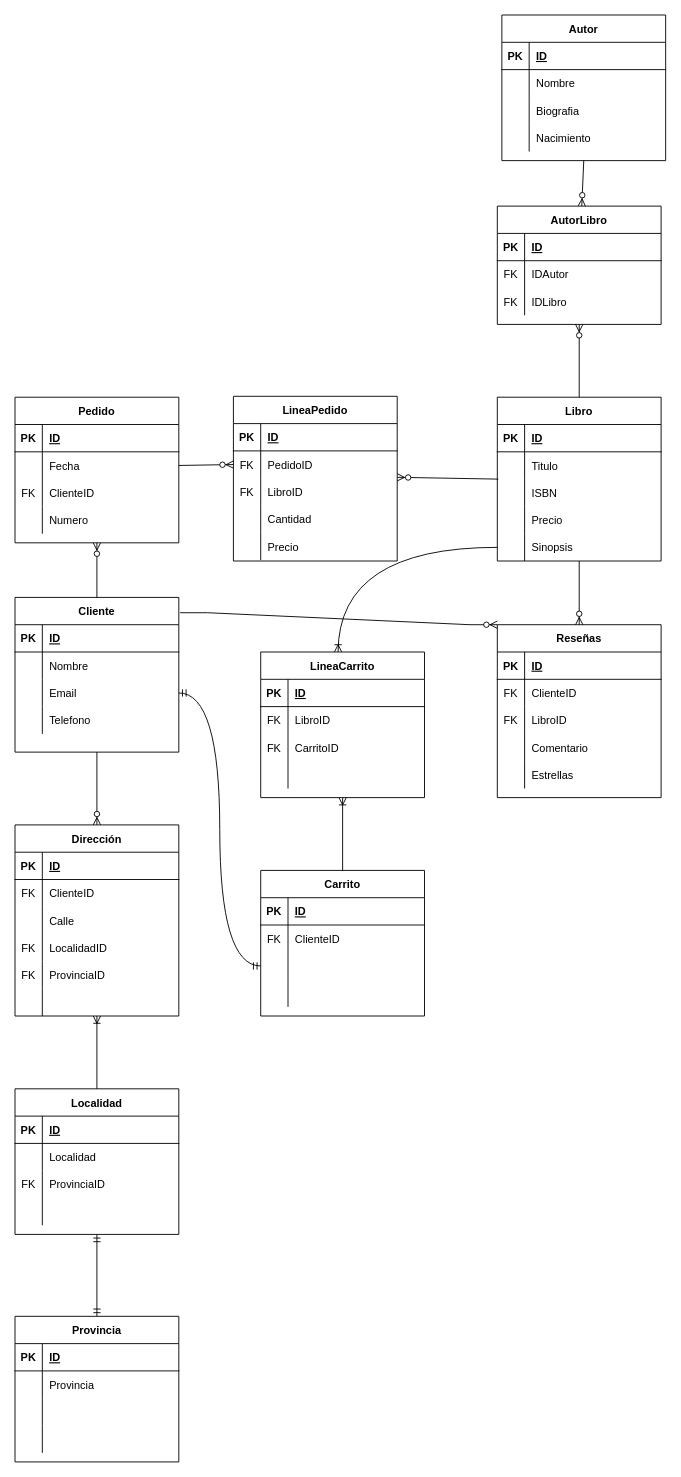
Before: 01-es-partida.drawio in dawnrock/diagrams, a draw.io diagram. Source tidied: cells renumbered, new cells numbered last; positions are measured from the earlier drawing's top-left corner, leaving out a move shared by most shapes. Both pictures are drawn from the tidied source at 91%, with x=0, y=0 at pixel (15, 15).
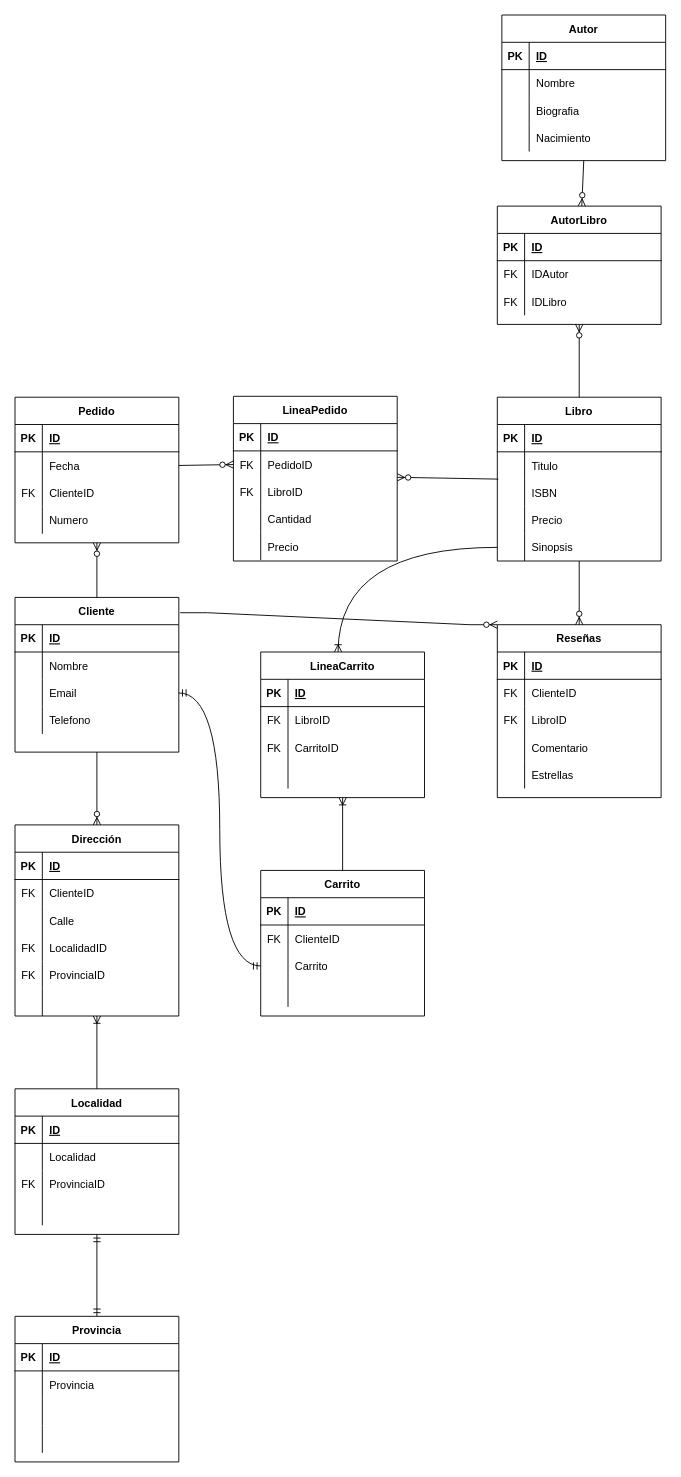
The same page after the edit.

Unchanged cells that the change refers to:
```xml
<mxCell id="133" style="shape=partialRectangle;fillColor=none;top=0;left=0;bottom=0;right=0;points=[[0,0.5],[1,0.5]];portConstraint=eastwest;" parent="126" vertex="1">
  <mxGeometry y="90" width="180" height="30" as="geometry" />
</mxCell>
```

Change to the diagram source:
```diff
@@
-    <mxCell id="135" style="shape=partialRectangle;fillColor=none;top=0;left=0;bottom=0;right=0;align=left;spacingLeft=6;overflow=hidden;" parent="133" vertex="1">
+    <mxCell id="135" value="Carrito" style="shape=partialRectangle;fillColor=none;top=0;left=0;bottom=0;right=0;align=left;spacingLeft=6;overflow=hidden;" parent="133" vertex="1">
       <mxGeometry x="30" width="150" height="30" as="geometry" />
     </mxCell>
```
